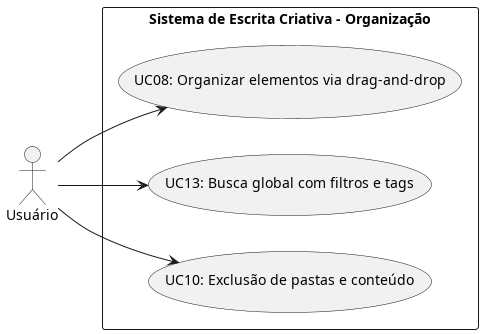
Above: docs/casosUso/imagens/diagramas_gerais/UC_Organizacao.png in aspiringluke/Projeto-Integrado-Mobile (PlantUML), before the change.
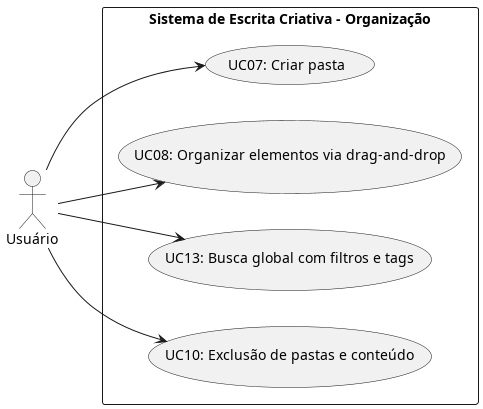
Above is the later version.

Diff of the diagram source:
```diff
@@ -1,14 +1,16 @@
-@startuml UC Organizacao
+@startuml UC_Organizacao
 left to right direction
 
 actor "Usuário"as U
 
 rectangle "Sistema de Escrita Criativa - Organização" {
+    usecase "UC07: Criar pasta" as UC07
     usecase "UC08: Organizar elementos via drag-and-drop" as UC08
     usecase "UC13: Busca global com filtros e tags" as UC13
     usecase "UC10: Exclusão de pastas e conteúdo" as UC10
 }
 
+U --> UC07
 U --> UC08
 U --> UC13
 U --> UC10
```
